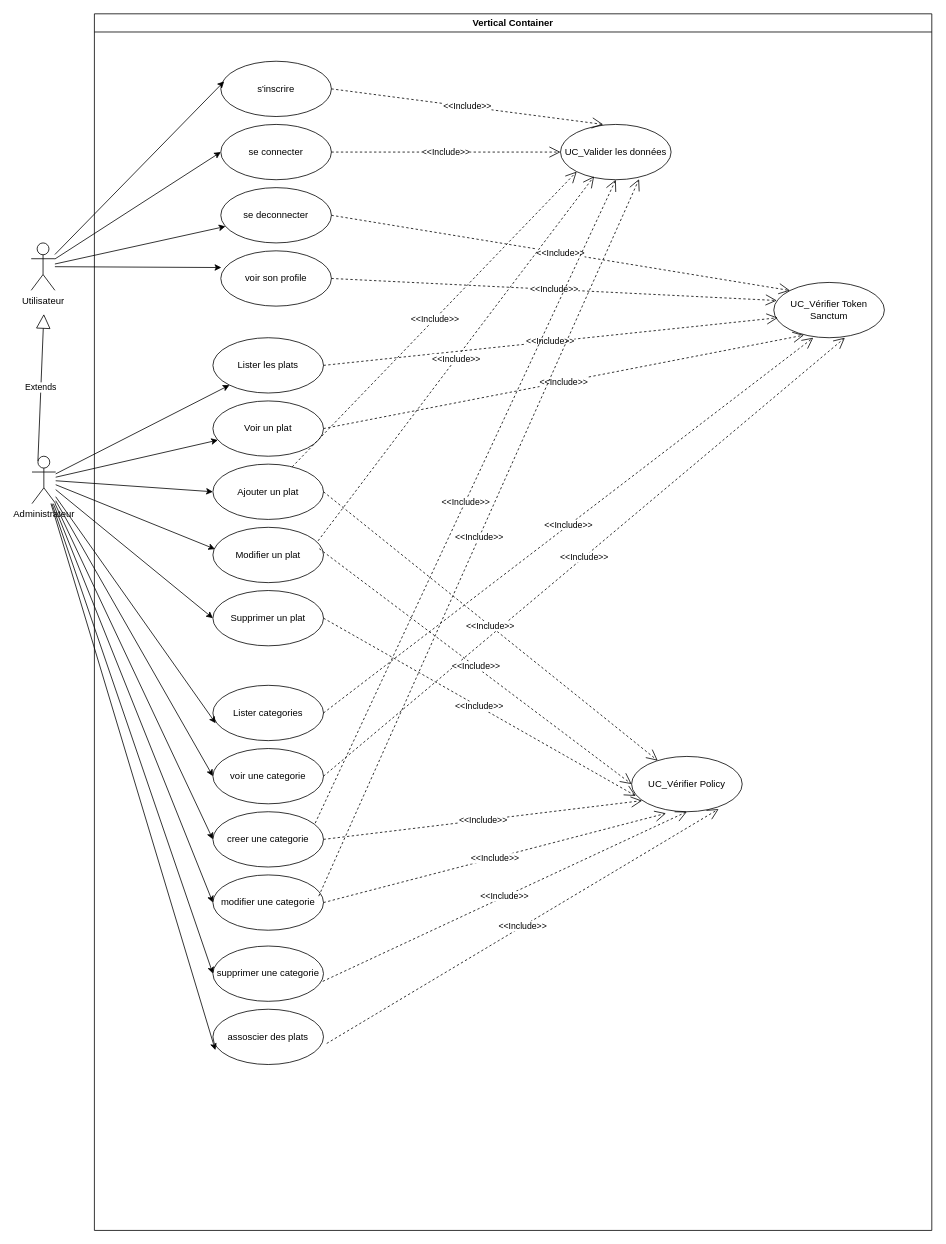
This is UseCaseDiagram.drawio from 10LOKI/Brigade, a draw.io file, before an edit. Source tidied: cells renumbered, new cells numbered last; positions are measured from the earlier drawing's top-left corner, leaving out a move shared by most shapes. Both pictures are drawn from the tidied source at 79%, with x=0, y=0 at pixel (31, 13).
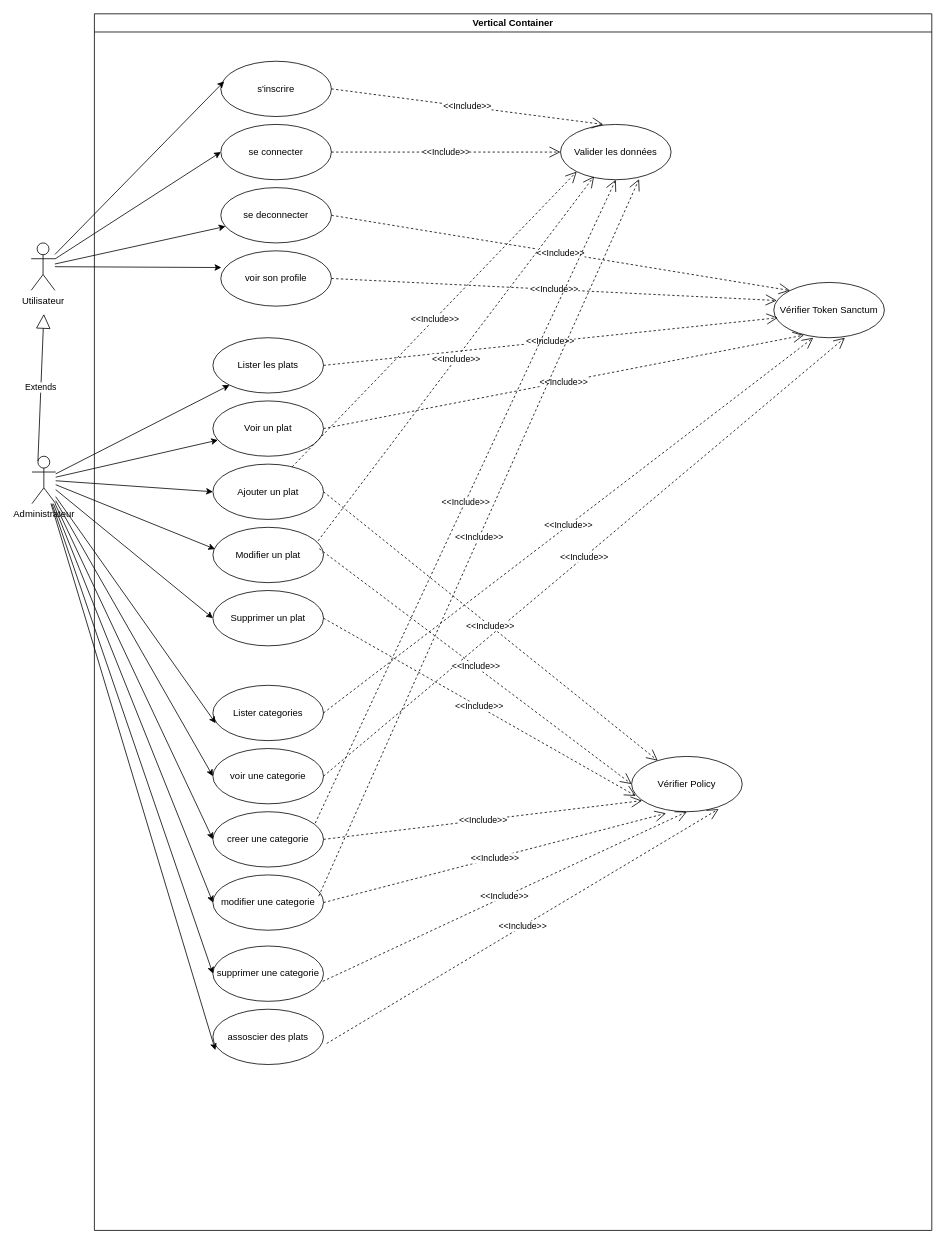
The same page after the edit.

Unchanged cells that the change refers to:
```xml
<mxCell id="2" value="Vertical Container" style="swimlane;whiteSpace=wrap;html=1;" parent="1" vertex="1">
  <mxGeometry x="80" width="1060" height="1540" as="geometry" />
</mxCell>
```

Diff of the diagram source:
```diff
@@
-    <mxCell id="18" value=" UC_Valider les données " style="ellipse;whiteSpace=wrap;html=1;" parent="2" vertex="1">
+    <mxCell id="18" value="Valider les données " style="ellipse;whiteSpace=wrap;html=1;" parent="2" vertex="1">
       <mxGeometry x="590" y="140" width="140" height="70" as="geometry" />
     </mxCell>
-    <mxCell id="19" value="UC_Vérifier Token Sanctum" style="ellipse;whiteSpace=wrap;html=1;" parent="2" vertex="1">
+    <mxCell id="19" value="Vérifier Token Sanctum" style="ellipse;whiteSpace=wrap;html=1;" parent="2" vertex="1">
       <mxGeometry x="860" y="340" width="140" height="70" as="geometry" />
     </mxCell>
@@
-    <mxCell id="26" value="UC_Vérifier Policy" style="ellipse;whiteSpace=wrap;html=1;" parent="2" vertex="1">
+    <mxCell id="26" value="Vérifier Policy" style="ellipse;whiteSpace=wrap;html=1;" parent="2" vertex="1">
       <mxGeometry x="680" y="940" width="140" height="70" as="geometry" />
     </mxCell>
```
